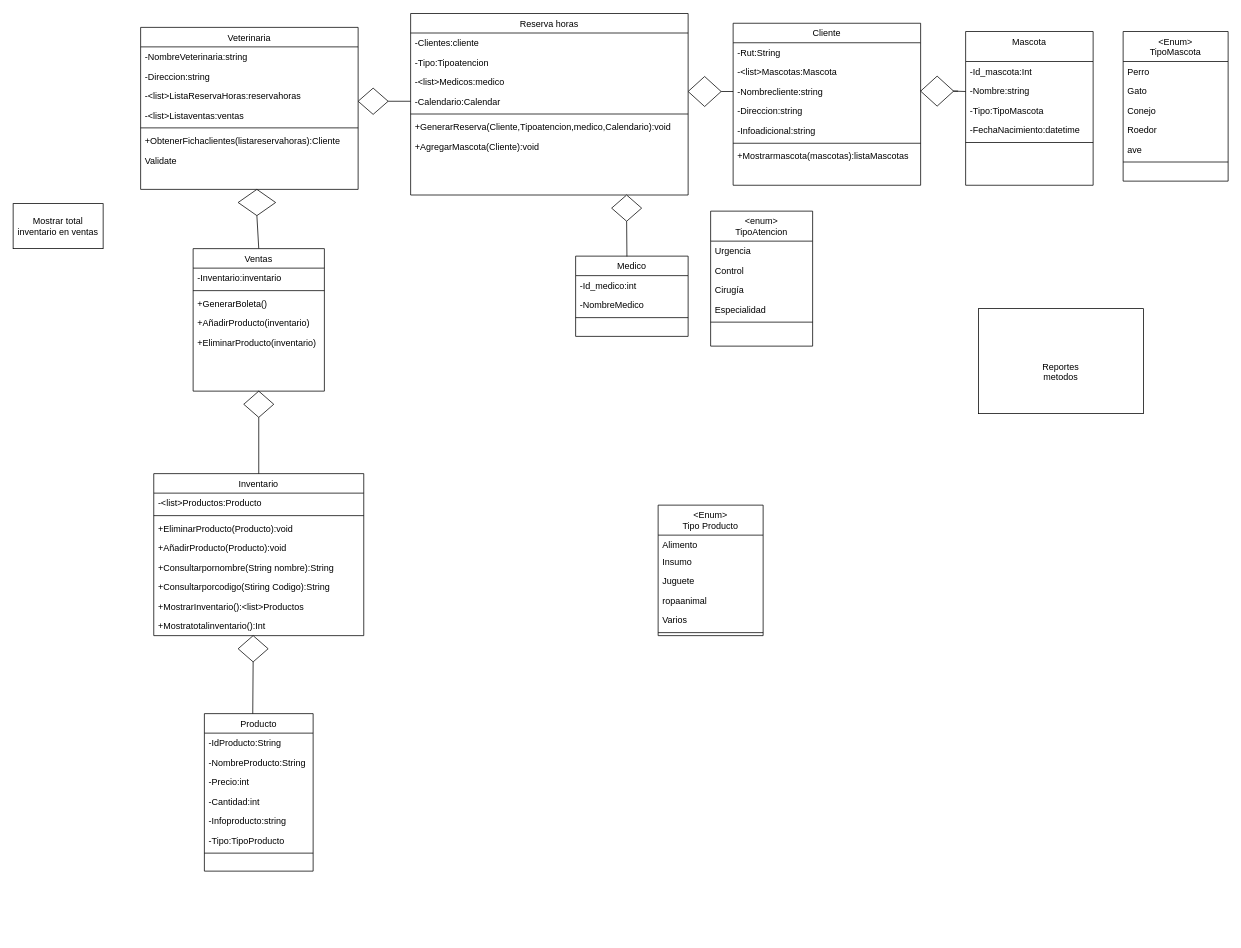
JoseFredes/vetlover keeps this draw.io diagram as Untitled Diagram.drawio. Above is the earlier version. Source tidied: cells renumbered, new cells numbered last; positions are measured from the earlier drawing's top-left corner, leaving out a move shared by most shapes. Both pictures are drawn from the tidied source at 75%, with x=0, y=0 at pixel (13, 13).
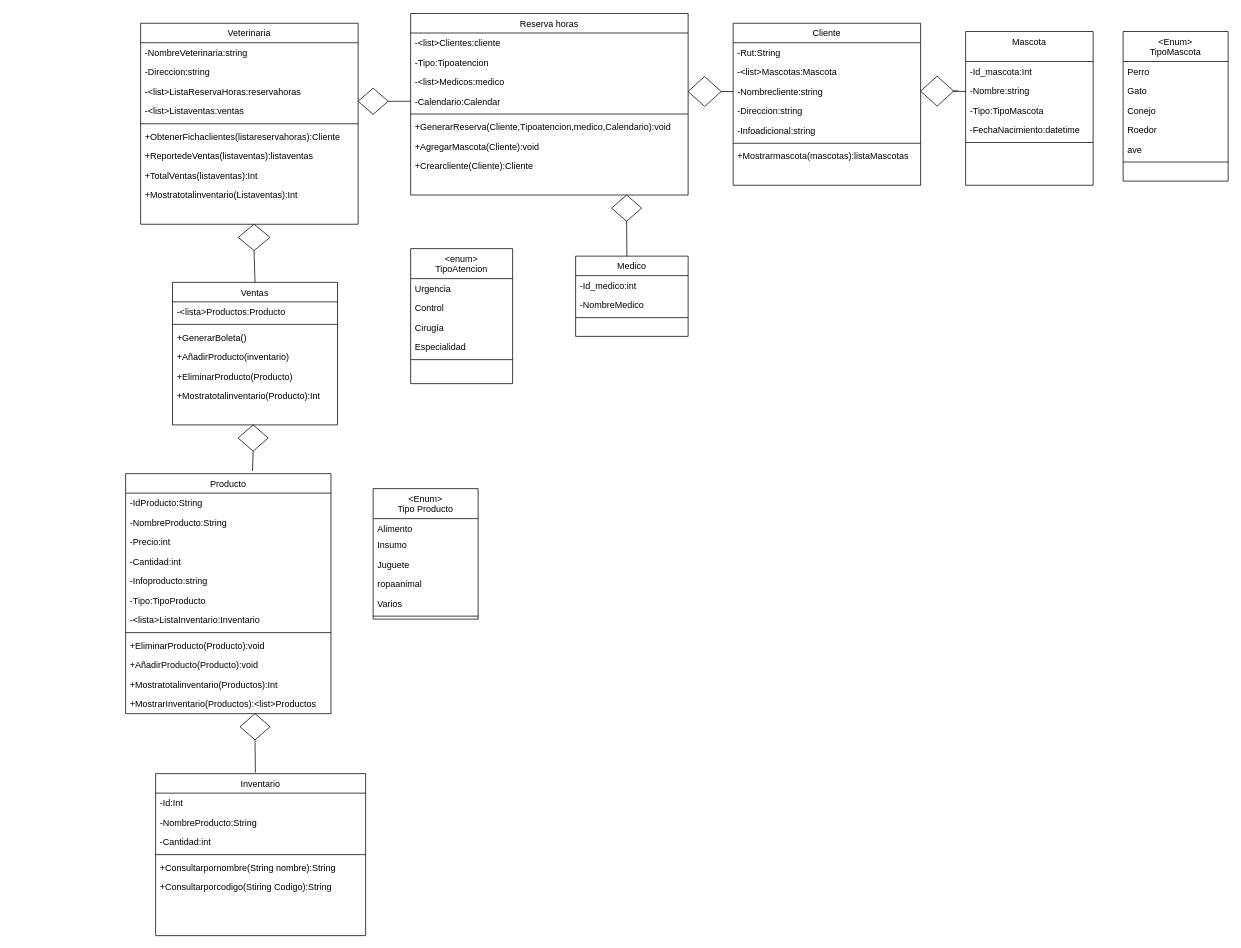
After the change.

The change refers to these unchanged cells:
```xml
<mxCell id="60" value="Reserva horas" style="swimlane;fontStyle=0;align=center;verticalAlign=top;horizontal=1;startSize=26;rounded=0;shadow=0;strokeWidth=1;" parent="1" vertex="1">
  <mxGeometry x="530" y="0.5" width="370" height="242" as="geometry" />
</mxCell>
```

Change to the diagram source:
```diff
@@
     <mxCell id="2" value="Inventario" style="swimlane;fontStyle=0;align=center;verticalAlign=top;horizontal=1;startSize=26;rounded=0;shadow=0;strokeWidth=1;" parent="1" vertex="1">
-      <mxGeometry x="187.5" y="614" width="280" height="216" as="geometry" />
+      <mxGeometry x="190" y="1014" width="280" height="216" as="geometry" />
     </mxCell>
+    <mxCell id="96" value="-Id:Int&#10;&#10;&#10;" style="text;align=left;verticalAlign=top;spacingLeft=4;spacingRight=4;overflow=hidden;" parent="2" vertex="1">
+      <mxGeometry y="26" width="280" height="26" as="geometry" />
+    </mxCell>
-    <mxCell id="3" value="-&lt;list&gt;Productos:Producto" style="text;align=left;verticalAlign=top;spacingLeft=4;spacingRight=4;overflow=hidden;" parent="2" vertex="1">
-      <mxGeometry y="26" width="280" height="26" as="geometry" />
+    <mxCell id="3" value="-NombreProducto:String&#10;&#10;&#10;" style="text;align=left;verticalAlign=top;spacingLeft=4;spacingRight=4;overflow=hidden;" parent="2" vertex="1">
+      <mxGeometry y="52" width="280" height="26" as="geometry" />
     </mxCell>
+    <mxCell id="97" value="-Cantidad:int&#10;&#10;&#10;" style="text;align=left;verticalAlign=top;spacingLeft=4;spacingRight=4;overflow=hidden;" parent="2" vertex="1">
+      <mxGeometry y="78" width="280" height="26" as="geometry" />
+    </mxCell>
     <mxCell id="4" style="line;html=1;strokeWidth=1;align=left;verticalAlign=middle;spacingTop=-1;spacingLeft=3;spacingRight=3;labelPosition=right;" parent="2" vertex="1">
-      <mxGeometry y="52" width="280" height="8" as="geometry" />
+      <mxGeometry y="104" width="280" height="8" as="geometry" />
     </mxCell>
-    <mxCell id="5" value="+EliminarProducto(Producto):void" style="text;align=left;verticalAlign=top;spacingLeft=4;spacingRight=4;overflow=hidden;" parent="2" vertex="1">
-      <mxGeometry y="60" width="280" height="26" as="geometry" />
-    </mxCell>
-    <mxCell id="6" value="+AñadirProducto(Producto):void" style="text;align=left;verticalAlign=top;spacingLeft=4;spacingRight=4;overflow=hidden;" parent="2" vertex="1">
-      <mxGeometry y="86" width="280" height="26" as="geometry" />
-    </mxCell>
@@
-    <mxCell id="9" value="+MostrarInventario():&lt;list&gt;Productos" style="text;align=left;verticalAlign=top;spacingLeft=4;spacingRight=4;overflow=hidden;" parent="2" vertex="1">
-      <mxGeometry y="164" width="280" height="26" as="geometry" />
-    </mxCell>
-    <mxCell id="10" value="+Mostratotalinventario():Int " style="text;align=left;verticalAlign=top;spacingLeft=4;spacingRight=4;overflow=hidden;" parent="2" vertex="1">
-      <mxGeometry y="190" width="280" height="26" as="geometry" />
-    </mxCell>
@@
     <mxCell id="18" value="Veterinaria" style="swimlane;fontStyle=0;align=center;verticalAlign=top;horizontal=1;startSize=26;rounded=0;shadow=0;strokeWidth=1;" parent="1" vertex="1">
-      <mxGeometry x="170" y="19" width="290" height="216" as="geometry" />
+      <mxGeometry x="170" y="13.5" width="290" height="268" as="geometry" />
     </mxCell>
@@
-    <mxCell id="25" value="Validate" style="text;align=left;verticalAlign=top;spacingLeft=4;spacingRight=4;overflow=hidden;" parent="18" vertex="1">
+    <mxCell id="25" value="+ReportedeVentas(listaventas):listaventas" style="text;align=left;verticalAlign=top;spacingLeft=4;spacingRight=4;overflow=hidden;" parent="18" vertex="1">
       <mxGeometry y="164" width="290" height="26" as="geometry" />
     </mxCell>
+    <mxCell id="98" value="+TotalVentas(listaventas):Int" style="text;align=left;verticalAlign=top;spacingLeft=4;spacingRight=4;overflow=hidden;" parent="18" vertex="1">
+      <mxGeometry y="190" width="290" height="26" as="geometry" />
+    </mxCell>
+    <mxCell id="99" value="+Mostratotalinventario(Listaventas):Int " style="text;align=left;verticalAlign=top;spacingLeft=4;spacingRight=4;overflow=hidden;" parent="18" vertex="1">
+      <mxGeometry y="216" width="290" height="26" as="geometry" />
+    </mxCell>
@@
     <mxCell id="40" style="rhombus;whiteSpace=wrap;html=1;" parent="1" vertex="1">
-      <mxGeometry x="300" y="235" width="50" height="35" as="geometry" />
+      <mxGeometry x="300" y="281.5" width="42.5" height="35" as="geometry" />
     </mxCell>
@@
     <mxCell id="42" value="Producto" style="swimlane;fontStyle=0;align=center;verticalAlign=top;horizontal=1;startSize=26;rounded=0;shadow=0;strokeWidth=1;" parent="1" vertex="1">
-      <mxGeometry x="255" y="934" width="145" height="210" as="geometry" />
+      <mxGeometry x="150" y="614" width="273.8" height="320" as="geometry" />
     </mxCell>
     <mxCell id="43" value="-IdProducto:String" style="text;align=left;verticalAlign=top;spacingLeft=4;spacingRight=4;overflow=hidden;" parent="42" vertex="1">
-      <mxGeometry y="26" width="145" height="26" as="geometry" />
+      <mxGeometry y="26" width="273.8" height="26" as="geometry" />
     </mxCell>
     <mxCell id="44" value="-NombreProducto:String" style="text;align=left;verticalAlign=top;spacingLeft=4;spacingRight=4;overflow=hidden;" parent="42" vertex="1">
-      <mxGeometry y="52" width="145" height="26" as="geometry" />
+      <mxGeometry y="52" width="273.8" height="26" as="geometry" />
     </mxCell>
     <mxCell id="45" value="-Precio:int" style="text;align=left;verticalAlign=top;spacingLeft=4;spacingRight=4;overflow=hidden;" parent="42" vertex="1">
-      <mxGeometry y="78" width="145" height="26" as="geometry" />
+      <mxGeometry y="78" width="273.8" height="26" as="geometry" />
     </mxCell>
     <mxCell id="46" value="-Cantidad:int" style="text;align=left;verticalAlign=top;spacingLeft=4;spacingRight=4;overflow=hidden;" parent="42" vertex="1">
-      <mxGeometry y="104" width="145" height="26" as="geometry" />
+      <mxGeometry y="104" width="273.8" height="26" as="geometry" />
     </mxCell>
     <mxCell id="47" value="-Infoproducto:string" style="text;align=left;verticalAlign=top;spacingLeft=4;spacingRight=4;overflow=hidden;" parent="42" vertex="1">
-      <mxGeometry y="130" width="145" height="26" as="geometry" />
+      <mxGeometry y="130" width="273.8" height="26" as="geometry" />
     </mxCell>
     <mxCell id="48" value="-Tipo:TipoProducto" style="text;align=left;verticalAlign=top;spacingLeft=4;spacingRight=4;overflow=hidden;" parent="42" vertex="1">
-      <mxGeometry y="156" width="145" height="26" as="geometry" />
+      <mxGeometry y="156" width="273.8" height="26" as="geometry" />
     </mxCell>
+    <mxCell id="100" value="-&lt;lista&gt;ListaInventario:Inventario" style="text;align=left;verticalAlign=top;spacingLeft=4;spacingRight=4;overflow=hidden;" parent="42" vertex="1">
+      <mxGeometry y="182" width="273.8" height="26" as="geometry" />
+    </mxCell>
     <mxCell id="49" style="line;html=1;strokeWidth=1;align=left;verticalAlign=middle;spacingTop=-1;spacingLeft=3;spacingRight=3;labelPosition=right;" parent="42" vertex="1">
-      <mxGeometry y="182" width="145" height="8" as="geometry" />
+      <mxGeometry y="208" width="273.8" height="8" as="geometry" />
     </mxCell>
+    <mxCell id="5" value="+EliminarProducto(Producto):void" style="text;align=left;verticalAlign=top;spacingLeft=4;spacingRight=4;overflow=hidden;" parent="42" vertex="1">
+      <mxGeometry y="216" width="273.8" height="26" as="geometry" />
+    </mxCell>
+    <mxCell id="6" value="+AñadirProducto(Producto):void" style="text;align=left;verticalAlign=top;spacingLeft=4;spacingRight=4;overflow=hidden;" parent="42" vertex="1">
+      <mxGeometry y="242" width="273.8" height="26" as="geometry" />
+    </mxCell>
+    <mxCell id="101" value="+Mostratotalinventario(Productos):Int " style="text;align=left;verticalAlign=top;spacingLeft=4;spacingRight=4;overflow=hidden;" parent="42" vertex="1">
+      <mxGeometry y="268" width="273.8" height="26" as="geometry" />
+    </mxCell>
+    <mxCell id="9" value="+MostrarInventario(Productos):&lt;list&gt;Productos" style="text;align=left;verticalAlign=top;spacingLeft=4;spacingRight=4;overflow=hidden;" parent="42" vertex="1">
+      <mxGeometry y="294" width="273.8" height="26" as="geometry" />
+    </mxCell>
@@
     <mxCell id="52" style="rhombus;whiteSpace=wrap;html=1;" parent="1" vertex="1">
-      <mxGeometry x="307.5" y="504" width="40" height="35" as="geometry" />
+      <mxGeometry x="300" y="549" width="40" height="35" as="geometry" />
     </mxCell>
     <mxCell id="53" value="&lt;Enum&gt;&#10;Tipo Producto" style="swimlane;fontStyle=0;align=center;verticalAlign=top;horizontal=1;startSize=40;rounded=0;shadow=0;strokeWidth=1;" parent="1" vertex="1">
-      <mxGeometry x="860" y="656" width="140" height="174" as="geometry" />
+      <mxGeometry x="480" y="634" width="140" height="174" as="geometry" />
     </mxCell>
@@
-    <mxCell id="61" value="-Clientes:cliente" style="text;align=left;verticalAlign=top;spacingLeft=4;spacingRight=4;overflow=hidden;" parent="60" vertex="1">
+    <mxCell id="61" value="-&lt;list&gt;Clientes:cliente" style="text;align=left;verticalAlign=top;spacingLeft=4;spacingRight=4;overflow=hidden;" parent="60" vertex="1">
       <mxGeometry y="26" width="370" height="26" as="geometry" />
     </mxCell>
@@
+    <mxCell id="102" value="+Crearcliente(Cliente):Cliente" style="text;align=left;verticalAlign=top;spacingLeft=4;spacingRight=4;overflow=hidden;" parent="60" vertex="1">
+      <mxGeometry y="190" width="370" height="26" as="geometry" />
+    </mxCell>
@@
     <mxCell id="72" value="&lt;enum&gt;&#10;TipoAtencion&#10;&#10;" style="swimlane;fontStyle=0;align=center;verticalAlign=top;horizontal=1;startSize=40;rounded=0;shadow=0;strokeWidth=1;" parent="1" vertex="1">
-      <mxGeometry x="930" y="264" width="136" height="180" as="geometry" />
+      <mxGeometry x="530" y="314" width="136" height="180" as="geometry" />
     </mxCell>
@@
-    <mxCell id="83" value="&lt;div&gt;&lt;br&gt;&lt;/div&gt;&lt;div&gt;&lt;br&gt;&lt;/div&gt;&lt;div&gt;Reportes &lt;br&gt;&lt;/div&gt;&lt;div&gt;metodos&lt;br&gt;&lt;/div&gt;" style="rounded=0;whiteSpace=wrap;html=1;" parent="1" vertex="1">
-      <mxGeometry x="1287" y="394" width="220" height="140" as="geometry" />
-    </mxCell>
     <mxCell id="84" value="Ventas" style="swimlane;fontStyle=0;align=center;verticalAlign=top;horizontal=1;startSize=26;rounded=0;shadow=0;strokeWidth=1;" parent="1" vertex="1">
-      <mxGeometry x="240" y="314" width="175" height="190" as="geometry" />
+      <mxGeometry x="212.5" y="359" width="220" height="190" as="geometry" />
     </mxCell>
-    <mxCell id="85" value="-Inventario:inventario" style="text;align=left;verticalAlign=top;spacingLeft=4;spacingRight=4;overflow=hidden;" parent="84" vertex="1">
-      <mxGeometry y="26" width="175" height="26" as="geometry" />
+    <mxCell id="85" value="-&lt;lista&gt;Productos:Producto" style="text;align=left;verticalAlign=top;spacingLeft=4;spacingRight=4;overflow=hidden;" parent="84" vertex="1">
+      <mxGeometry y="26" width="220" height="26" as="geometry" />
     </mxCell>
     <mxCell id="86" style="line;html=1;strokeWidth=1;align=left;verticalAlign=middle;spacingTop=-1;spacingLeft=3;spacingRight=3;labelPosition=right;" parent="84" vertex="1">
-      <mxGeometry y="52" width="175" height="8" as="geometry" />
+      <mxGeometry y="52" width="220" height="8" as="geometry" />
     </mxCell>
     <mxCell id="87" value="+GenerarBoleta()" style="text;align=left;verticalAlign=top;spacingLeft=4;spacingRight=4;overflow=hidden;" parent="84" vertex="1">
-      <mxGeometry y="60" width="175" height="26" as="geometry" />
+      <mxGeometry y="60" width="220" height="26" as="geometry" />
     </mxCell>
     <mxCell id="88" value="+AñadirProducto(inventario)" style="text;align=left;verticalAlign=top;spacingLeft=4;spacingRight=4;overflow=hidden;" parent="84" vertex="1">
-      <mxGeometry y="86" width="175" height="26" as="geometry" />
+      <mxGeometry y="86" width="220" height="26" as="geometry" />
     </mxCell>
-    <mxCell id="89" value="+EliminarProducto(inventario)" style="text;align=left;verticalAlign=top;spacingLeft=4;spacingRight=4;overflow=hidden;" parent="84" vertex="1">
-      <mxGeometry y="112" width="175" height="26" as="geometry" />
+    <mxCell id="89" value="+EliminarProducto(Producto)" style="text;align=left;verticalAlign=top;spacingLeft=4;spacingRight=4;overflow=hidden;" parent="84" vertex="1">
+      <mxGeometry y="112" width="220" height="26" as="geometry" />
     </mxCell>
+    <mxCell id="103" value="+Mostratotalinventario(Producto):Int " style="text;align=left;verticalAlign=top;spacingLeft=4;spacingRight=4;overflow=hidden;" parent="84" vertex="1">
+      <mxGeometry y="138" width="220" height="26" as="geometry" />
+    </mxCell>
     <mxCell id="90" style="rhombus;whiteSpace=wrap;html=1;" parent="1" vertex="1">
-      <mxGeometry x="300" y="830" width="40" height="35" as="geometry" />
+      <mxGeometry x="302.5" y="934" width="40" height="35" as="geometry" />
     </mxCell>
-    <mxCell id="91" style="endArrow=none;html=1;entryX=0.5;entryY=1;entryDx=0;entryDy=0;exitX=0.445;exitY=0;exitDx=0;exitDy=0;exitPerimeter=0;" parent="1" edge="1" source="42" target="90">
+    <mxCell id="91" style="endArrow=none;html=1;entryX=0.5;entryY=1;entryDx=0;entryDy=0;exitX=0.475;exitY=-0.007;exitDx=0;exitDy=0;exitPerimeter=0;" parent="1" edge="1" source="2" target="90">
       <mxGeometry relative="1" as="geometry" />
     </mxCell>
-    <mxCell id="92" style="endArrow=none;html=1;entryX=0.5;entryY=1;entryDx=0;entryDy=0;exitX=0.5;exitY=0;exitDx=0;exitDy=0;" parent="1" edge="1" source="2" target="52">
+    <mxCell id="92" style="endArrow=none;html=1;entryX=0.5;entryY=1;entryDx=0;entryDy=0;exitX=0.618;exitY=-0.011;exitDx=0;exitDy=0;exitPerimeter=0;" parent="1" edge="1" source="42" target="52">
       <mxGeometry relative="1" as="geometry" />
     </mxCell>
-    <mxCell id="93" value="Mostrar total inventario en ventas" style="rounded=0;whiteSpace=wrap;html=1;" parent="1" vertex="1">
-      <mxGeometry y="254" width="120" height="60" as="geometry" />
-    </mxCell>
```
